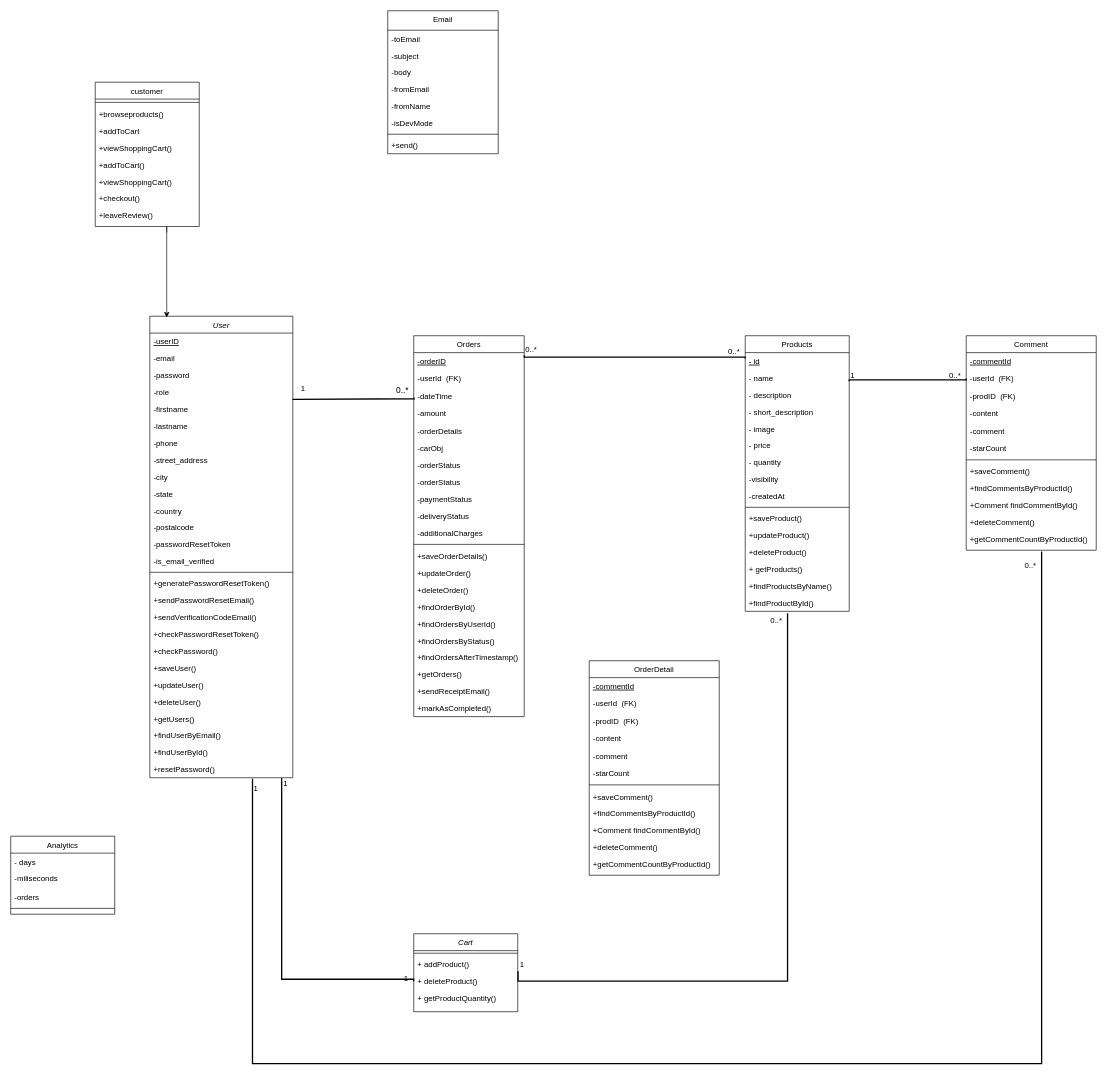
Above: assets/diagrams/Class Diagram.drawio in isira-adithya/PUSL2024 (draw.io), before the change. Source tidied: cells renumbered, new cells numbered last; positions are measured from the earlier drawing's top-left corner, leaving out a move shared by most shapes. Both pictures are drawn from the tidied source at 65%, with x=0, y=0 at pixel (10, 10).
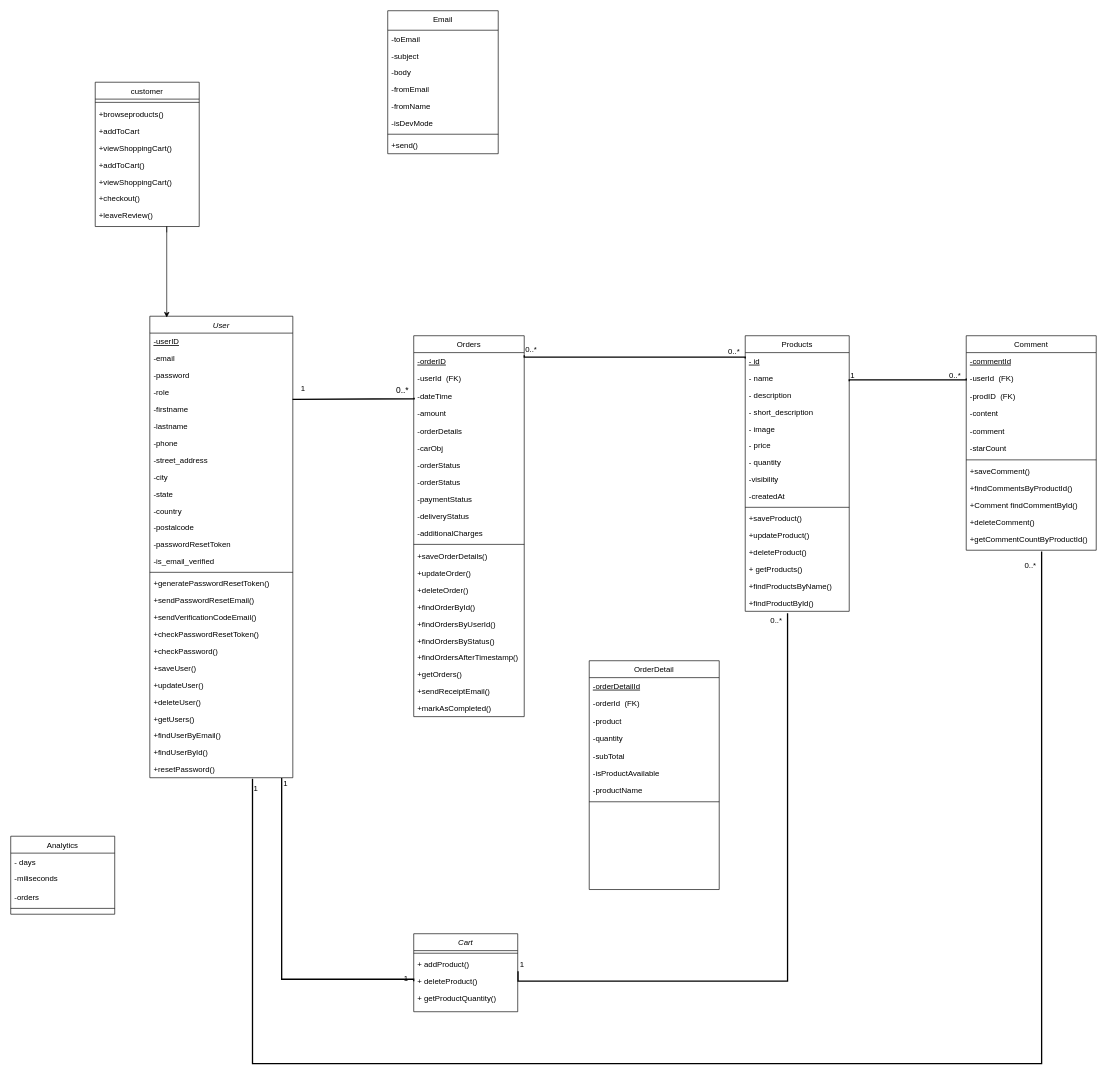
The same diagram, later.

Commit message:
updated the Order Details class, class diagram

Change to the diagram source:
```diff
@@
     <mxCell id="130" value="OrderDetail" style="swimlane;fontStyle=0;align=center;verticalAlign=top;horizontal=1;startSize=26;rounded=0;shadow=0;strokeWidth=1;" parent="1" vertex="1">
-      <mxGeometry x="890" y="1000" width="200" height="330" as="geometry" />
+      <mxGeometry x="890" y="1000" width="200" height="352" as="geometry" />
     </mxCell>
-    <mxCell id="131" value="-commentId" style="text;align=left;verticalAlign=top;spacingLeft=4;spacingRight=4;overflow=hidden;strokeColor=none;fontStyle=4;" parent="130" vertex="1">
+    <mxCell id="131" value="-orderDetailId" style="text;align=left;verticalAlign=top;spacingLeft=4;spacingRight=4;overflow=hidden;strokeColor=none;fontStyle=4;" parent="130" vertex="1">
       <mxGeometry y="26" width="200" height="26" as="geometry" />
     </mxCell>
-    <mxCell id="132" value="-userId  (FK)" style="text;align=left;verticalAlign=top;spacingLeft=4;spacingRight=4;overflow=hidden;rounded=0;shadow=0;html=0;" parent="130" vertex="1">
+    <mxCell id="132" value="-orderId  (FK)" style="text;align=left;verticalAlign=top;spacingLeft=4;spacingRight=4;overflow=hidden;rounded=0;shadow=0;html=0;" parent="130" vertex="1">
       <mxGeometry y="52" width="200" height="28" as="geometry" />
     </mxCell>
-    <mxCell id="133" value="-prodID  (FK)" style="text;align=left;verticalAlign=top;spacingLeft=4;spacingRight=4;overflow=hidden;" parent="130" vertex="1">
+    <mxCell id="133" value="-product" style="text;align=left;verticalAlign=top;spacingLeft=4;spacingRight=4;overflow=hidden;" parent="130" vertex="1">
       <mxGeometry y="80" width="200" height="26" as="geometry" />
     </mxCell>
-    <mxCell id="134" value="-content" style="text;align=left;verticalAlign=top;spacingLeft=4;spacingRight=4;overflow=hidden;rounded=0;shadow=0;html=0;" parent="130" vertex="1">
+    <mxCell id="134" value="-quantity" style="text;align=left;verticalAlign=top;spacingLeft=4;spacingRight=4;overflow=hidden;rounded=0;shadow=0;html=0;" parent="130" vertex="1">
       <mxGeometry y="106" width="200" height="28" as="geometry" />
     </mxCell>
-    <mxCell id="135" value="-comment" style="text;align=left;verticalAlign=top;spacingLeft=4;spacingRight=4;overflow=hidden;rounded=0;shadow=0;html=0;" parent="130" vertex="1">
+    <mxCell id="135" value="-subTotal" style="text;align=left;verticalAlign=top;spacingLeft=4;spacingRight=4;overflow=hidden;rounded=0;shadow=0;html=0;" parent="130" vertex="1">
       <mxGeometry y="134" width="200" height="26" as="geometry" />
     </mxCell>
-    <mxCell id="136" value="-starCount&#10;" style="text;align=left;verticalAlign=top;spacingLeft=4;spacingRight=4;overflow=hidden;rounded=0;shadow=0;html=0;" parent="130" vertex="1">
+    <mxCell id="136" value="-isProductAvailable&#10;" style="text;align=left;verticalAlign=top;spacingLeft=4;spacingRight=4;overflow=hidden;rounded=0;shadow=0;html=0;" parent="130" vertex="1">
       <mxGeometry y="160" width="200" height="26" as="geometry" />
     </mxCell>
+    <mxCell id="143" value="-productName" style="text;align=left;verticalAlign=top;spacingLeft=4;spacingRight=4;overflow=hidden;rounded=0;shadow=0;html=0;" parent="130" vertex="1">
+      <mxGeometry y="186" width="200" height="26" as="geometry" />
+    </mxCell>
     <mxCell id="137" style="line;html=1;strokeWidth=1;align=left;verticalAlign=middle;spacingTop=-1;spacingLeft=3;spacingRight=3;labelPosition=right;" parent="130" vertex="1">
-      <mxGeometry y="186" width="200" height="10" as="geometry" />
+      <mxGeometry y="212" width="200" height="10" as="geometry" />
     </mxCell>
-    <mxCell id="138" value="+saveComment()" style="text;align=left;verticalAlign=top;spacingLeft=4;spacingRight=4;overflow=hidden;" parent="130" vertex="1">
-      <mxGeometry y="196" width="200" height="26" as="geometry" />
-    </mxCell>
-    <mxCell id="139" value="+findCommentsByProductId()" style="text;align=left;verticalAlign=top;spacingLeft=4;spacingRight=4;overflow=hidden;" parent="130" vertex="1">
-      <mxGeometry y="222" width="200" height="26" as="geometry" />
-    </mxCell>
-    <mxCell id="140" value="+Comment findCommentById()" style="text;align=left;verticalAlign=top;spacingLeft=4;spacingRight=4;overflow=hidden;" parent="130" vertex="1">
-      <mxGeometry y="248" width="200" height="26" as="geometry" />
-    </mxCell>
-    <mxCell id="141" value="+deleteComment()" style="text;align=left;verticalAlign=top;spacingLeft=4;spacingRight=4;overflow=hidden;" parent="130" vertex="1">
-      <mxGeometry y="274" width="200" height="26" as="geometry" />
-    </mxCell>
-    <mxCell id="142" value="+getCommentCountByProductId()" style="text;align=left;verticalAlign=top;spacingLeft=4;spacingRight=4;overflow=hidden;" parent="130" vertex="1">
-      <mxGeometry y="300" width="200" height="26" as="geometry" />
-    </mxCell>
```
